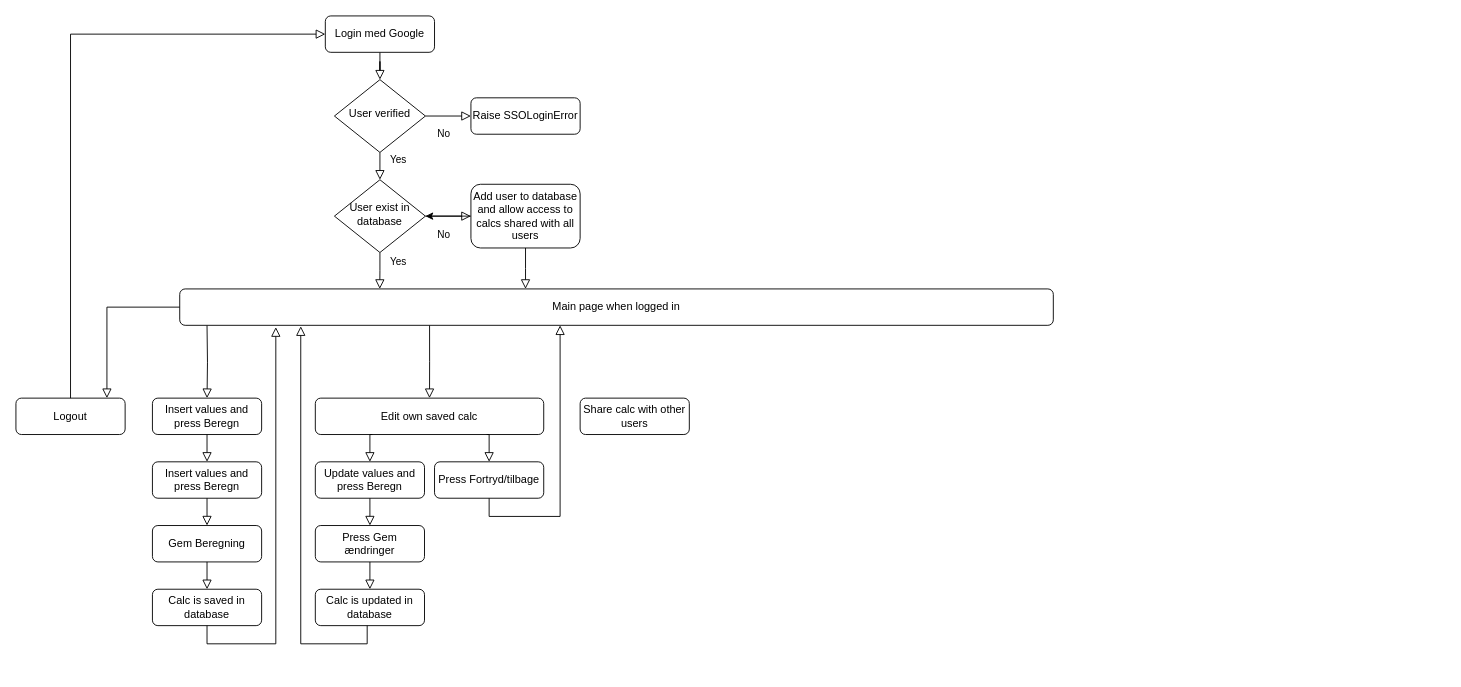
Above: FLowchart.drawio in leaand01/SSDEksamensProjekt (draw.io), before the change. Source tidied: cells renumbered, new cells numbered last; positions are measured from the earlier drawing's top-left corner, leaving out a move shared by most shapes. Both pictures are drawn from the tidied source at 91%, with x=0, y=0 at pixel (15, 15).
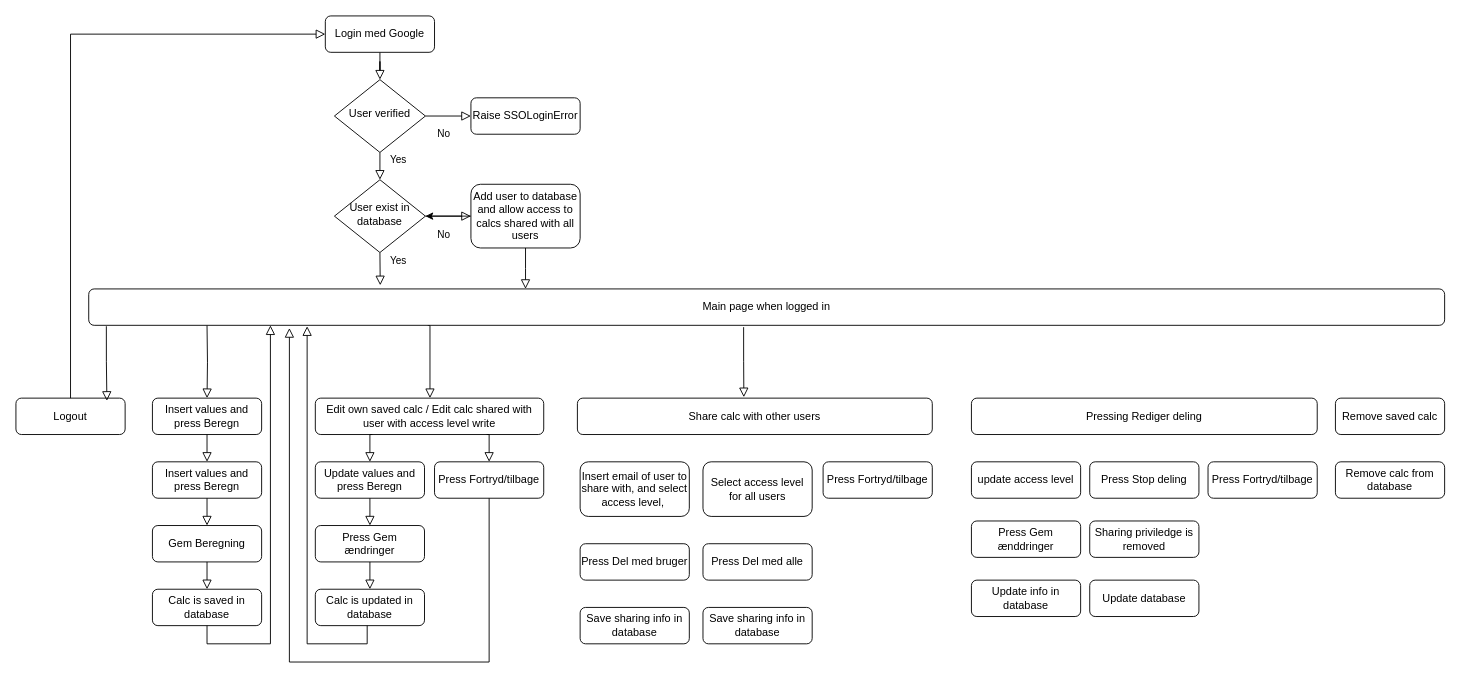
After the change.

Unchanged cells that the change refers to:
```xml
<mxCell id="13" value="Logout" style="rounded=1;whiteSpace=wrap;html=1;fontSize=12;glass=0;strokeWidth=1;shadow=0;" parent="1" vertex="1">
  <mxGeometry y="420" width="120" height="40" as="geometry" />
</mxCell>
<mxCell id="20" value="Calc is saved in database" style="rounded=1;whiteSpace=wrap;html=1;fontSize=12;glass=0;strokeWidth=1;shadow=0;" parent="1" vertex="1">
  <mxGeometry x="150" y="630" width="120" height="40" as="geometry" />
</mxCell>
<mxCell id="22" value="User exist in database" style="rhombus;whiteSpace=wrap;html=1;shadow=0;fontFamily=Helvetica;fontSize=12;align=center;strokeWidth=1;spacing=6;spacingTop=-4;" parent="1" vertex="1">
  <mxGeometry x="350" y="180" width="100" height="80" as="geometry" />
</mxCell>
<mxCell id="36" value="Press Fortryd/tilbage" style="rounded=1;whiteSpace=wrap;html=1;fontSize=12;glass=0;strokeWidth=1;shadow=0;" parent="1" vertex="1">
  <mxGeometry x="460" y="490" width="120" height="40" as="geometry" />
</mxCell>
```

The edit, as a diff of the source:
```diff
@@
-    <mxCell id="4" value="Yes" style="rounded=0;html=1;jettySize=auto;fontSize=11;endArrow=block;endFill=0;endSize=8;strokeWidth=1;shadow=0;labelBackgroundColor=none;edgeStyle=orthogonalEdgeStyle;entryX=0.229;entryY=0;entryDx=0;entryDy=0;exitX=0.5;exitY=1;exitDx=0;exitDy=0;entryPerimeter=0;" parent="1" edge="1" source="22" target="12">
+    <mxCell id="4" value="Yes" style="rounded=0;html=1;jettySize=auto;fontSize=11;endArrow=block;endFill=0;endSize=8;strokeWidth=1;shadow=0;labelBackgroundColor=none;edgeStyle=orthogonalEdgeStyle;entryX=0.215;entryY=-0.1;entryDx=0;entryDy=0;exitX=0.5;exitY=1;exitDx=0;exitDy=0;entryPerimeter=0;" parent="1" edge="1" source="22" target="12">
       <mxGeometry x="-0.5" y="20" relative="1" as="geometry" />
     </mxCell>
@@
-    <mxCell id="9" style="edgeStyle=orthogonalEdgeStyle;rounded=0;html=1;jettySize=auto;fontSize=11;endArrow=block;endFill=0;endSize=8;strokeWidth=1;shadow=0;labelBackgroundColor=none;exitX=0.286;exitY=1;exitDx=0;exitDy=0;exitPerimeter=0;" parent="1" edge="1" source="12" target="11">
-      <mxGeometry y="10" relative="1" as="geometry" />
+    <mxCell id="9" style="edgeStyle=orthogonalEdgeStyle;rounded=0;html=1;jettySize=auto;fontSize=11;endArrow=block;endFill=0;endSize=8;strokeWidth=1;shadow=0;labelBackgroundColor=none;exitX=0.25;exitY=1;exitDx=0;exitDy=0;" parent="1" edge="1" source="12" target="11">
+      <mxGeometry y="10" relative="1" as="geometry">
+        <Array as="points">
+          <mxPoint x="455" y="340" />
+        </Array>
+      </mxGeometry>
     </mxCell>
@@
-    <mxCell id="11" value="Edit own saved calc" style="rounded=1;whiteSpace=wrap;html=1;fontSize=12;glass=0;strokeWidth=1;shadow=0;" parent="1" vertex="1">
+    <mxCell id="11" value="Edit own saved calc / Edit calc shared with user with access level write" style="rounded=1;whiteSpace=wrap;html=1;fontSize=12;glass=0;strokeWidth=1;shadow=0;" parent="1" vertex="1">
       <mxGeometry x="329" y="420" width="251" height="40" as="geometry" />
     </mxCell>
     <mxCell id="12" value="Main page when logged in" style="rounded=1;whiteSpace=wrap;html=1;fontSize=12;glass=0;strokeWidth=1;shadow=0;" parent="1" vertex="1">
-      <mxGeometry x="180" y="300" width="960" height="40" as="geometry" />
+      <mxGeometry x="80" y="300" width="1490" height="40" as="geometry" />
     </mxCell>
@@
-    <mxCell id="14" style="edgeStyle=orthogonalEdgeStyle;rounded=0;html=1;jettySize=auto;fontSize=11;endArrow=block;endFill=0;endSize=8;strokeWidth=1;shadow=0;labelBackgroundColor=none;exitX=0;exitY=0.5;exitDx=0;exitDy=0;" parent="1" edge="1" source="12">
-      <mxGeometry y="10" relative="1" as="geometry">
-        <mxPoint x="100" y="420" as="targetPoint" />
-        <Array as="points">
-          <mxPoint x="100" y="320" />
-        </Array>
-      </mxGeometry>
-    </mxCell>
@@
     <mxCell id="27" value="Share calc with other users" style="rounded=1;whiteSpace=wrap;html=1;fontSize=12;glass=0;strokeWidth=1;shadow=0;" parent="1" vertex="1">
-      <mxGeometry x="620" y="420" width="120" height="40" as="geometry" />
+      <mxGeometry x="617" y="420" width="390" height="40" as="geometry" />
     </mxCell>
@@
-    <mxCell id="34" style="rounded=0;html=1;jettySize=auto;fontSize=11;endArrow=block;endFill=0;endSize=8;strokeWidth=1;shadow=0;labelBackgroundColor=none;edgeStyle=orthogonalEdgeStyle;exitX=0.5;exitY=1;exitDx=0;exitDy=0;entryX=0.11;entryY=1.05;entryDx=0;entryDy=0;entryPerimeter=0;" parent="1" edge="1" source="20" target="12">
+    <mxCell id="34" style="rounded=0;html=1;jettySize=auto;fontSize=11;endArrow=block;endFill=0;endSize=8;strokeWidth=1;shadow=0;labelBackgroundColor=none;edgeStyle=orthogonalEdgeStyle;exitX=0.5;exitY=1;exitDx=0;exitDy=0;entryX=0.134;entryY=1;entryDx=0;entryDy=0;entryPerimeter=0;" parent="1" edge="1" source="20" target="12">
       <mxGeometry x="0.33" y="20" relative="1" as="geometry">
         <Array as="points">
           <mxPoint x="210" y="690" />
-          <mxPoint x="286" y="690" />
+          <mxPoint x="280" y="690" />
         </Array>
       </mxGeometry>
     </mxCell>
-    <mxCell id="35" style="edgeStyle=orthogonalEdgeStyle;rounded=0;html=1;jettySize=auto;orthogonalLoop=1;fontSize=11;endArrow=block;endFill=0;endSize=8;strokeWidth=1;shadow=0;labelBackgroundColor=none;exitX=0.5;exitY=1;exitDx=0;exitDy=0;entryX=0.309;entryY=1.025;entryDx=0;entryDy=0;entryPerimeter=0;" parent="1" edge="1">
+    <mxCell id="35" style="edgeStyle=orthogonalEdgeStyle;rounded=0;html=1;jettySize=auto;orthogonalLoop=1;fontSize=11;endArrow=block;endFill=0;endSize=8;strokeWidth=1;shadow=0;labelBackgroundColor=none;exitX=0.5;exitY=1;exitDx=0;exitDy=0;" parent="1" edge="1">
       <mxGeometry y="10" relative="1" as="geometry">
         <mxPoint x="386" y="670" as="sourcePoint" />
-        <mxPoint x="313" y="341" as="targetPoint" />
+        <mxPoint x="320" y="341" as="targetPoint" />
         <Array as="points">
           <mxPoint x="386" y="690" />
-          <mxPoint x="313" y="690" />
+          <mxPoint x="320" y="690" />
+          <mxPoint x="320" y="341" />
         </Array>
       </mxGeometry>
     </mxCell>
@@
-    <mxCell id="38" style="edgeStyle=orthogonalEdgeStyle;rounded=0;html=1;jettySize=auto;fontSize=11;endArrow=block;endFill=0;endSize=8;strokeWidth=1;shadow=0;labelBackgroundColor=none;exitX=0.5;exitY=1;exitDx=0;exitDy=0;" parent="1" edge="1" source="36">
+    <mxCell id="38" style="edgeStyle=orthogonalEdgeStyle;rounded=0;html=1;jettySize=auto;fontSize=11;endArrow=block;endFill=0;endSize=8;strokeWidth=1;shadow=0;labelBackgroundColor=none;exitX=0.5;exitY=1;exitDx=0;exitDy=0;entryX=0.148;entryY=1.075;entryDx=0;entryDy=0;entryPerimeter=0;" parent="1" edge="1" source="36" target="12">
       <mxGeometry y="10" relative="1" as="geometry">
-        <mxPoint x="598" y="340" as="targetPoint" />
         <Array as="points">
-          <mxPoint x="520" y="550" />
-          <mxPoint x="598" y="550" />
+          <mxPoint x="520" y="710" />
+          <mxPoint x="301" y="710" />
         </Array>
       </mxGeometry>
     </mxCell>
@@
+    <mxCell id="40" value="Insert email of user to share with, and select access level,&amp;nbsp;" style="rounded=1;whiteSpace=wrap;html=1;fontSize=12;glass=0;strokeWidth=1;shadow=0;" parent="1" vertex="1">
+      <mxGeometry x="620" y="490" width="120" height="60" as="geometry" />
+    </mxCell>
+    <mxCell id="41" value="Press Del med bruger" style="rounded=1;whiteSpace=wrap;html=1;fontSize=12;glass=0;strokeWidth=1;shadow=0;" parent="1" vertex="1">
+      <mxGeometry x="620" y="580" width="120" height="40" as="geometry" />
+    </mxCell>
+    <mxCell id="42" value="Select access level for all users" style="rounded=1;whiteSpace=wrap;html=1;fontSize=12;glass=0;strokeWidth=1;shadow=0;" parent="1" vertex="1">
+      <mxGeometry x="755" y="490" width="120" height="60" as="geometry" />
+    </mxCell>
+    <mxCell id="43" value="Press Del med alle" style="rounded=1;whiteSpace=wrap;html=1;fontSize=12;glass=0;strokeWidth=1;shadow=0;" parent="1" vertex="1">
+      <mxGeometry x="755" y="580" width="120" height="40" as="geometry" />
+    </mxCell>
+    <mxCell id="44" value="Press Fortryd/tilbage" style="rounded=1;whiteSpace=wrap;html=1;fontSize=12;glass=0;strokeWidth=1;shadow=0;" parent="1" vertex="1">
+      <mxGeometry x="887" y="490" width="120" height="40" as="geometry" />
+    </mxCell>
+    <mxCell id="45" value="Save sharing info in database" style="rounded=1;whiteSpace=wrap;html=1;fontSize=12;glass=0;strokeWidth=1;shadow=0;" parent="1" vertex="1">
+      <mxGeometry x="620" y="650" width="120" height="40" as="geometry" />
+    </mxCell>
+    <mxCell id="46" value="Save sharing info in database" style="rounded=1;whiteSpace=wrap;html=1;fontSize=12;glass=0;strokeWidth=1;shadow=0;" parent="1" vertex="1">
+      <mxGeometry x="755" y="650" width="120" height="40" as="geometry" />
+    </mxCell>
+    <mxCell id="47" value="Pressing Rediger deling" style="rounded=1;whiteSpace=wrap;html=1;fontSize=12;glass=0;strokeWidth=1;shadow=0;" parent="1" vertex="1">
+      <mxGeometry x="1050" y="420" width="380" height="40" as="geometry" />
+    </mxCell>
+    <mxCell id="48" value="Press Fortryd/tilbage" style="rounded=1;whiteSpace=wrap;html=1;fontSize=12;glass=0;strokeWidth=1;shadow=0;" parent="1" vertex="1">
+      <mxGeometry x="1310" y="490" width="120" height="40" as="geometry" />
+    </mxCell>
+    <mxCell id="49" value="update access level" style="rounded=1;whiteSpace=wrap;html=1;fontSize=12;glass=0;strokeWidth=1;shadow=0;" parent="1" vertex="1">
+      <mxGeometry x="1050" y="490" width="120" height="40" as="geometry" />
+    </mxCell>
+    <mxCell id="50" value="Press Gem ænddringer" style="rounded=1;whiteSpace=wrap;html=1;fontSize=12;glass=0;strokeWidth=1;shadow=0;" parent="1" vertex="1">
+      <mxGeometry x="1050" y="555" width="120" height="40" as="geometry" />
+    </mxCell>
+    <mxCell id="51" value="Press Stop deling" style="rounded=1;whiteSpace=wrap;html=1;fontSize=12;glass=0;strokeWidth=1;shadow=0;" parent="1" vertex="1">
+      <mxGeometry x="1180" y="490" width="120" height="40" as="geometry" />
+    </mxCell>
+    <mxCell id="52" value="Update info in database" style="rounded=1;whiteSpace=wrap;html=1;fontSize=12;glass=0;strokeWidth=1;shadow=0;" parent="1" vertex="1">
+      <mxGeometry x="1050" y="620" width="120" height="40" as="geometry" />
+    </mxCell>
+    <mxCell id="53" value="Update database" style="rounded=1;whiteSpace=wrap;html=1;fontSize=12;glass=0;strokeWidth=1;shadow=0;" parent="1" vertex="1">
+      <mxGeometry x="1180" y="620" width="120" height="40" as="geometry" />
+    </mxCell>
+    <mxCell id="54" value="Sharing priviledge is removed" style="rounded=1;whiteSpace=wrap;html=1;fontSize=12;glass=0;strokeWidth=1;shadow=0;" parent="1" vertex="1">
+      <mxGeometry x="1180" y="555" width="120" height="40" as="geometry" />
+    </mxCell>
+    <mxCell id="55" value="Remove saved calc" style="rounded=1;whiteSpace=wrap;html=1;fontSize=12;glass=0;strokeWidth=1;shadow=0;" parent="1" vertex="1">
+      <mxGeometry x="1450" y="420" width="120" height="40" as="geometry" />
+    </mxCell>
+    <mxCell id="56" value="Remove calc from database" style="rounded=1;whiteSpace=wrap;html=1;fontSize=12;glass=0;strokeWidth=1;shadow=0;" parent="1" vertex="1">
+      <mxGeometry x="1450" y="490" width="120" height="40" as="geometry" />
+    </mxCell>
+    <mxCell id="57" style="rounded=0;html=1;jettySize=auto;fontSize=11;endArrow=block;endFill=0;endSize=8;strokeWidth=1;shadow=0;labelBackgroundColor=none;edgeStyle=orthogonalEdgeStyle;exitX=0.013;exitY=1.025;exitDx=0;exitDy=0;exitPerimeter=0;entryX=0.833;entryY=0.075;entryDx=0;entryDy=0;entryPerimeter=0;" parent="1" edge="1" source="12" target="13">
+      <mxGeometry x="0.33" y="20" relative="1" as="geometry" />
+    </mxCell>
+    <mxCell id="58" style="rounded=0;html=1;jettySize=auto;fontSize=11;endArrow=block;endFill=0;endSize=8;strokeWidth=1;shadow=0;labelBackgroundColor=none;edgeStyle=orthogonalEdgeStyle;exitX=0.483;exitY=1.05;exitDx=0;exitDy=0;exitPerimeter=0;entryX=0.469;entryY=-0.025;entryDx=0;entryDy=0;entryPerimeter=0;" parent="1" edge="1" source="12" target="27">
+      <mxGeometry x="0.33" y="20" relative="1" as="geometry" />
+    </mxCell>
```
